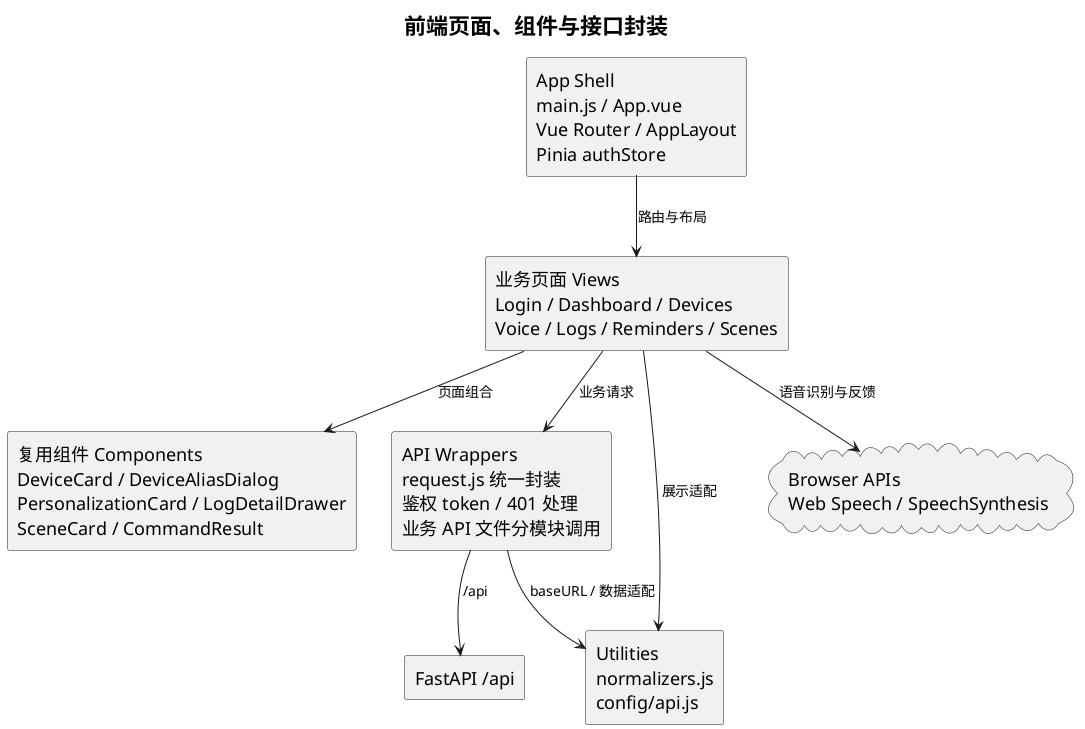
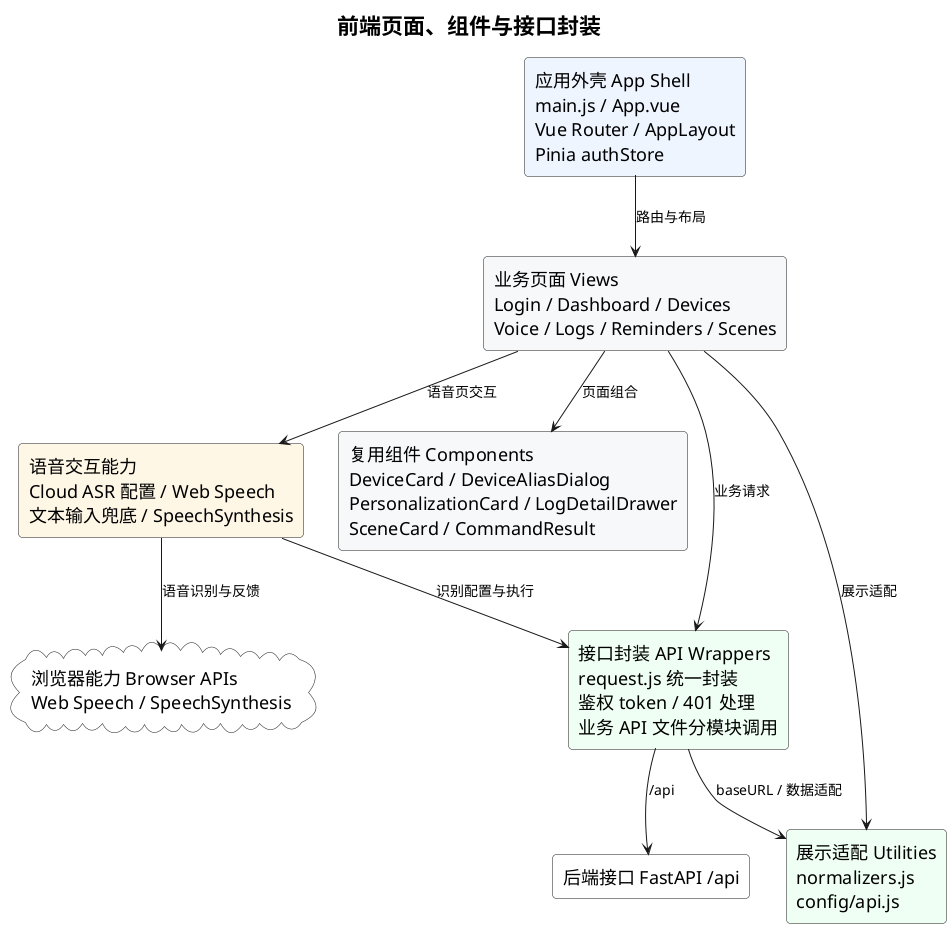
@startuml
title 前端页面、组件与接口封装
top to bottom direction
skinparam componentStyle rectangle
skinparam packageStyle rectangle
skinparam shadowing false
skinparam defaultFontSize 18
skinparam titleFontSize 22
skinparam ArrowFontSize 14
skinparam packageFontSize 18
+ skinparam roundcorner 8

- rectangle "App Shell\nmain.js / App.vue\nVue Router / AppLayout\nPinia authStore" as Shell
- rectangle "业务页面 Views\nLogin / Dashboard / Devices\nVoice / Logs / Reminders / Scenes" as Views
- rectangle "复用组件 Components\nDeviceCard / DeviceAliasDialog\nPersonalizationCard / LogDetailDrawer\nSceneCard / CommandResult" as Components
- rectangle "API Wrappers\nrequest.js 统一封装\n鉴权 token / 401 处理\n业务 API 文件分模块调用" as ApiWrap
- rectangle "Utilities\nnormalizers.js\nconfig/api.js" as Utils
- cloud "Browser APIs\nWeb Speech / SpeechSynthesis" as Browser
- rectangle "FastAPI /api" as API
+ rectangle "应用外壳 App Shell\nmain.js / App.vue\nVue Router / AppLayout\nPinia authStore" as Shell #EEF5FF
+ rectangle "业务页面 Views\nLogin / Dashboard / Devices\nVoice / Logs / Reminders / Scenes" as Views #F6F8FA
+ rectangle "语音交互能力\nCloud ASR 配置 / Web Speech\n文本输入兜底 / SpeechSynthesis" as VoiceUX #FFF7E6
+ rectangle "复用组件 Components\nDeviceCard / DeviceAliasDialog\nPersonalizationCard / LogDetailDrawer\nSceneCard / CommandResult" as Components #F6F8FA
+ rectangle "接口封装 API Wrappers\nrequest.js 统一封装\n鉴权 token / 401 处理\n业务 API 文件分模块调用" as ApiWrap #F0FFF4
+ rectangle "展示适配 Utilities\nnormalizers.js\nconfig/api.js" as Utils #F0FFF4
+ cloud "浏览器能力 Browser APIs\nWeb Speech / SpeechSynthesis" as Browser #FFFFFF
+ rectangle "后端接口 FastAPI /api" as API #FFFFFF

Shell --> Views : 路由与布局
Views --> Components : 页面组合
+ Views --> VoiceUX : 语音页交互
Views --> ApiWrap : 业务请求
- Views --> Browser : 语音识别与反馈
Views --> Utils : 展示适配
+ VoiceUX --> Browser : 语音识别与反馈
+ VoiceUX --> ApiWrap : 识别配置与执行
ApiWrap --> Utils : baseURL / 数据适配
ApiWrap --> API : /api
@enduml
